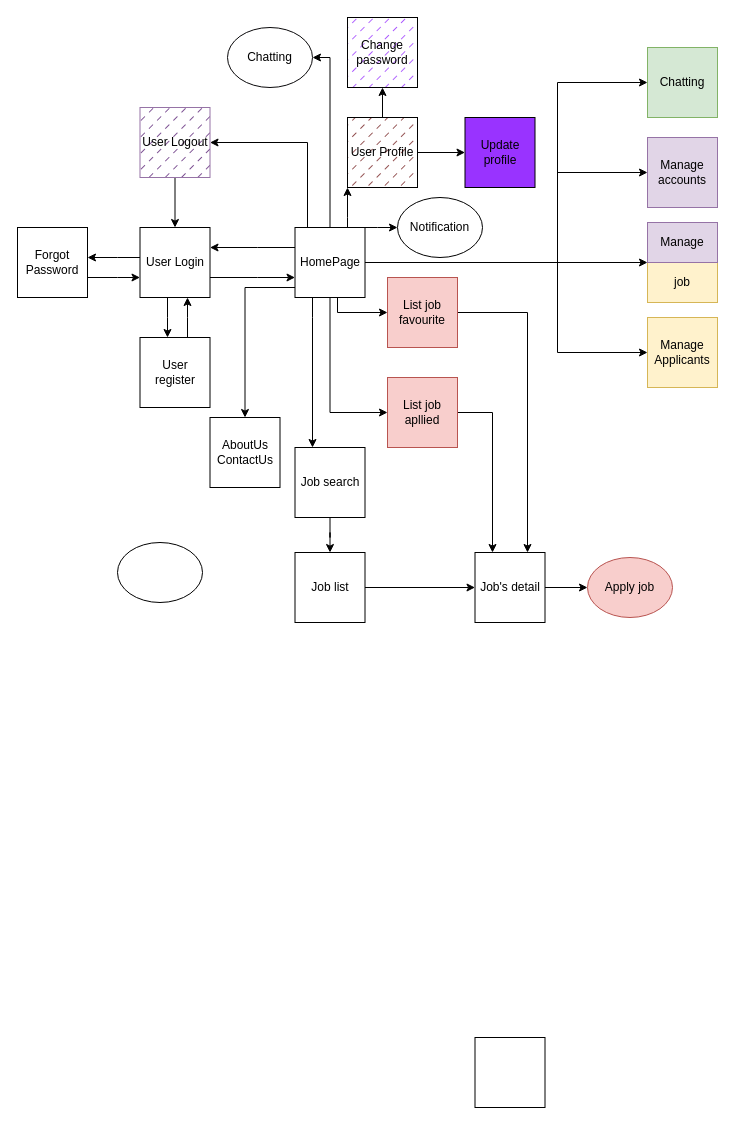
Above: Biểu đồ không có tiêu đề.drawio in 13personn/MainRepository (draw.io), before the change. Source tidied: cells renumbered, new cells numbered last; positions are measured from the earlier drawing's top-left corner, leaving out a move shared by most shapes. Both pictures are drawn from the tidied source at 100%, with x=0, y=0 at pixel (17, 17).
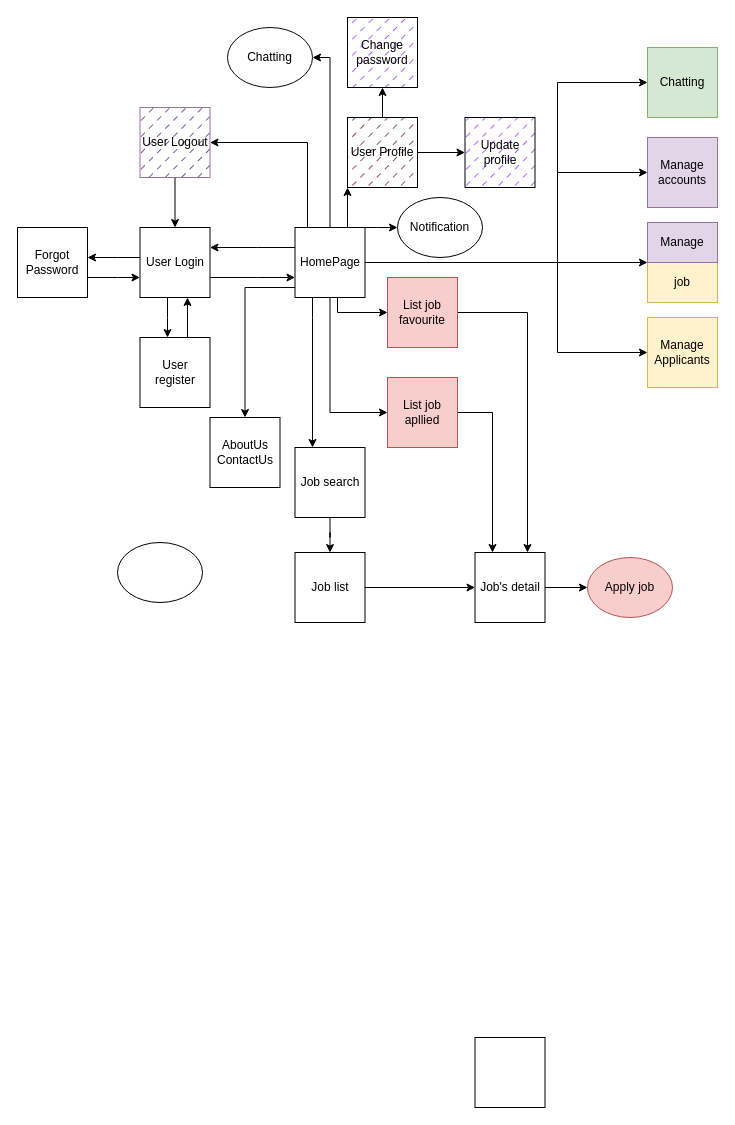
The same page after the edit.

What changed in the source:
```diff
@@
-    <mxCell id="24" value="Update profile" style="whiteSpace=wrap;html=1;fillColor=#9933FF;" parent="1" vertex="1">
+    <mxCell id="24" value="Update profile" style="whiteSpace=wrap;html=1;fillColor=#9933FF;fillStyle=dashed;" parent="1" vertex="1">
       <mxGeometry x="447.5" y="100" width="70" height="70" as="geometry" />
     </mxCell>
```
